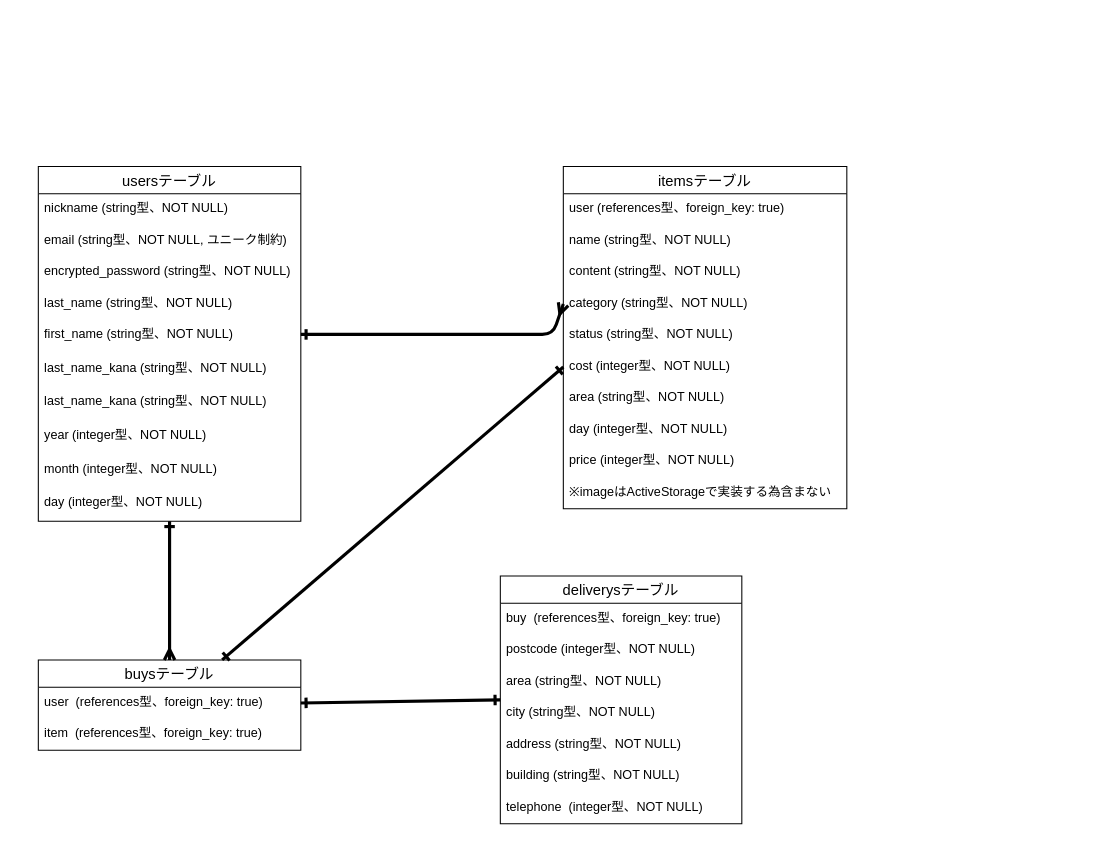
Earlier version of the draw.io diagram furima-39653.dio (momotad/furima-39653). Source tidied: cells renumbered, new cells numbered last; positions are measured from the earlier drawing's top-left corner, leaving out a move shared by most shapes. Both pictures are drawn from the tidied source at 105%, with x=0, y=0 at pixel (38, 166).
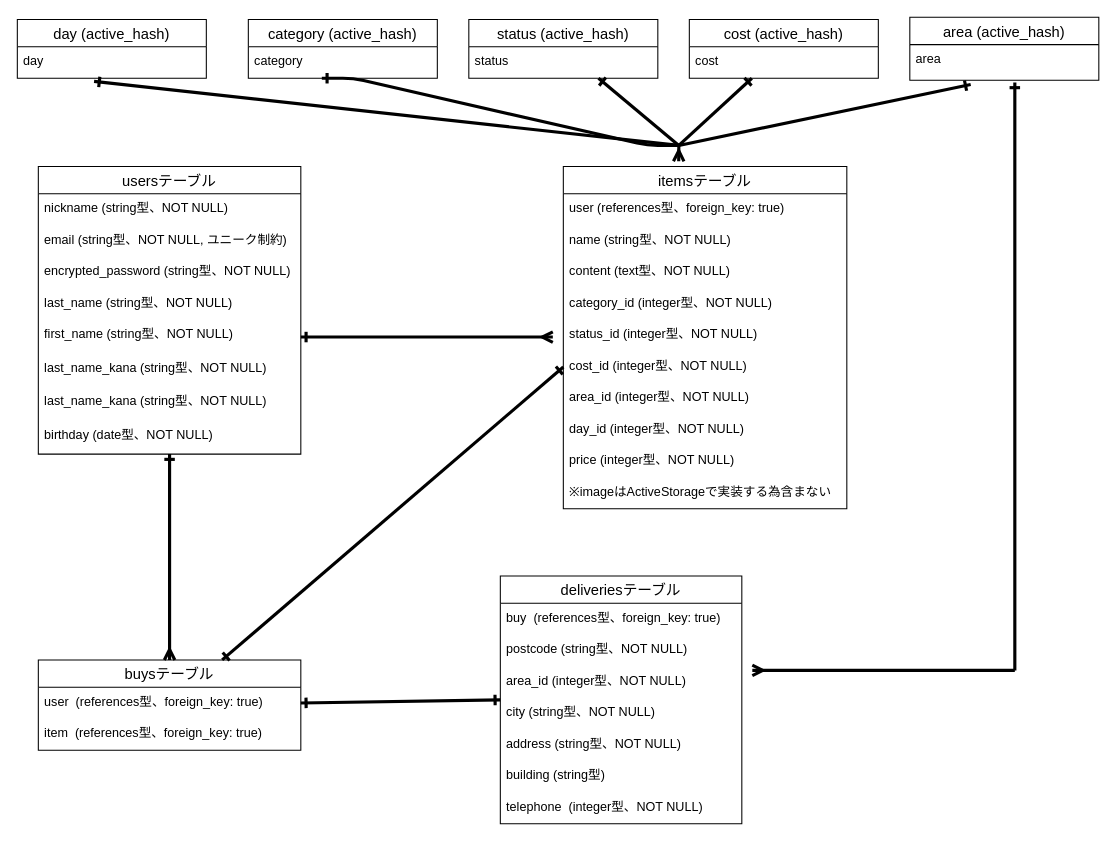
After the change.

Commit message (it also covers changes not shown here):
【1回目】ER図とREADME修正

The change refers to these unchanged cells:
```xml
<mxCell id="2" value="itemsテーブル" style="swimlane;fontStyle=0;horizontal=1;startSize=26;align=center;fontSize=14;" parent="1" vertex="1">
  <mxGeometry x="500" width="270" height="326" as="geometry" />
</mxCell>
```

The edit, as a diff of the source:
```diff
@@
-    <mxCell id="5" value="content (string型、NOT NULL)" style="text;strokeColor=none;fillColor=none;spacingLeft=4;spacingRight=4;overflow=hidden;fontSize=12;" parent="2" vertex="1">
+    <mxCell id="5" value="content (text型、NOT NULL)" style="text;strokeColor=none;fillColor=none;spacingLeft=4;spacingRight=4;overflow=hidden;fontSize=12;" parent="2" vertex="1">
       <mxGeometry y="86" width="270" height="30" as="geometry" />
     </mxCell>
-    <mxCell id="6" value="category (string型、NOT NULL)" style="text;strokeColor=none;fillColor=none;spacingLeft=4;spacingRight=4;overflow=hidden;points=[[0,0.5],[1,0.5]];portConstraint=eastwest;fontSize=12;" parent="2" vertex="1">
+    <mxCell id="6" value="category_id (integer型、NOT NULL)" style="text;strokeColor=none;fillColor=none;spacingLeft=4;spacingRight=4;overflow=hidden;points=[[0,0.5],[1,0.5]];portConstraint=eastwest;fontSize=12;" parent="2" vertex="1">
       <mxGeometry y="116" width="270" height="30" as="geometry" />
     </mxCell>
-    <mxCell id="7" value="status (string型、NOT NULL)" style="text;strokeColor=none;fillColor=none;spacingLeft=4;spacingRight=4;overflow=hidden;fontSize=12;" parent="2" vertex="1">
+    <mxCell id="7" value="status_id (integer型、NOT NULL)" style="text;strokeColor=none;fillColor=none;spacingLeft=4;spacingRight=4;overflow=hidden;fontSize=12;" parent="2" vertex="1">
       <mxGeometry y="146" width="270" height="30" as="geometry" />
     </mxCell>
-    <mxCell id="8" value="cost (integer型、NOT NULL)" style="text;strokeColor=none;fillColor=none;spacingLeft=4;spacingRight=4;overflow=hidden;points=[[0,0.5],[1,0.5]];portConstraint=eastwest;fontSize=12;" parent="2" vertex="1">
+    <mxCell id="8" value="cost_id (integer型、NOT NULL)" style="text;strokeColor=none;fillColor=none;spacingLeft=4;spacingRight=4;overflow=hidden;points=[[0,0.5],[1,0.5]];portConstraint=eastwest;fontSize=12;" parent="2" vertex="1">
       <mxGeometry y="176" width="270" height="30" as="geometry" />
     </mxCell>
-    <mxCell id="9" value="area (string型、NOT NULL)" style="text;strokeColor=none;fillColor=none;spacingLeft=4;spacingRight=4;overflow=hidden;fontSize=12;" parent="2" vertex="1">
+    <mxCell id="9" value="area_id (integer型、NOT NULL)" style="text;strokeColor=none;fillColor=none;spacingLeft=4;spacingRight=4;overflow=hidden;fontSize=12;" parent="2" vertex="1">
       <mxGeometry y="206" width="270" height="30" as="geometry" />
     </mxCell>
-    <mxCell id="10" value="day (integer型、NOT NULL)" style="text;strokeColor=none;fillColor=none;spacingLeft=4;spacingRight=4;overflow=hidden;fontSize=12;" parent="2" vertex="1">
+    <mxCell id="10" value="day_id (integer型、NOT NULL)" style="text;strokeColor=none;fillColor=none;spacingLeft=4;spacingRight=4;overflow=hidden;fontSize=12;" parent="2" vertex="1">
       <mxGeometry y="236" width="270" height="30" as="geometry" />
     </mxCell>
@@
     <mxCell id="17" value="usersテーブル" style="swimlane;fontStyle=0;horizontal=1;startSize=26;align=center;fontSize=14;" parent="1" vertex="1">
-      <mxGeometry width="250" height="338" as="geometry" />
+      <mxGeometry width="250" height="274" as="geometry" />
     </mxCell>
@@
-    <mxCell id="25" value="year (integer型、NOT NULL)" style="text;strokeColor=none;fillColor=none;spacingLeft=4;spacingRight=4;overflow=hidden;fontSize=12;" parent="17" vertex="1">
+    <mxCell id="25" value="birthday (date型、NOT NULL)" style="text;strokeColor=none;fillColor=none;spacingLeft=4;spacingRight=4;overflow=hidden;fontSize=12;" parent="17" vertex="1">
       <mxGeometry y="242" width="250" height="32" as="geometry" />
     </mxCell>
-    <mxCell id="26" value="month (integer型、NOT NULL)" style="text;strokeColor=none;fillColor=none;spacingLeft=4;spacingRight=4;overflow=hidden;fontSize=12;" parent="17" vertex="1">
-      <mxGeometry y="274" width="250" height="32" as="geometry" />
-    </mxCell>
-    <mxCell id="27" value="day (integer型、NOT NULL)" style="text;strokeColor=none;fillColor=none;spacingLeft=4;spacingRight=4;overflow=hidden;fontSize=12;" parent="17" vertex="1">
-      <mxGeometry y="306" width="250" height="32" as="geometry" />
-    </mxCell>
-    <mxCell id="28" value="deliverysテーブル" style="swimlane;fontStyle=0;horizontal=1;startSize=26;align=center;fontSize=14;" parent="1" vertex="1">
+    <mxCell id="28" value="deliveriesテーブル" style="swimlane;fontStyle=0;horizontal=1;startSize=26;align=center;fontSize=14;" parent="1" vertex="1">
       <mxGeometry x="440" y="390" width="230" height="236" as="geometry" />
     </mxCell>
@@
-    <mxCell id="30" value="postcode (integer型、NOT NULL)" style="text;strokeColor=none;fillColor=none;spacingLeft=4;spacingRight=4;overflow=hidden;fontSize=12;" parent="28" vertex="1">
+    <mxCell id="30" value="postcode (string型、NOT NULL)" style="text;strokeColor=none;fillColor=none;spacingLeft=4;spacingRight=4;overflow=hidden;fontSize=12;" parent="28" vertex="1">
       <mxGeometry y="56" width="230" height="30" as="geometry" />
     </mxCell>
-    <mxCell id="31" value="area (string型、NOT NULL)" style="text;strokeColor=none;fillColor=none;spacingLeft=4;spacingRight=4;overflow=hidden;fontSize=12;" parent="28" vertex="1">
+    <mxCell id="31" value="area_id (integer型、NOT NULL)" style="text;strokeColor=none;fillColor=none;spacingLeft=4;spacingRight=4;overflow=hidden;fontSize=12;" parent="28" vertex="1">
       <mxGeometry y="86" width="230" height="30" as="geometry" />
     </mxCell>
@@
-    <mxCell id="34" value="building (string型、NOT NULL)" style="text;strokeColor=none;fillColor=none;spacingLeft=4;spacingRight=4;overflow=hidden;fontSize=12;" parent="28" vertex="1">
+    <mxCell id="34" value="building (string型)" style="text;strokeColor=none;fillColor=none;spacingLeft=4;spacingRight=4;overflow=hidden;fontSize=12;" parent="28" vertex="1">
       <mxGeometry y="176" width="230" height="30" as="geometry" />
     </mxCell>
@@
-    <mxCell id="36" style="edgeStyle=none;html=1;entryX=0;entryY=0.5;entryDx=0;entryDy=0;strokeWidth=3;endArrow=ERmany;endFill=0;startArrow=ERone;startFill=0;" parent="1" edge="1" target="6">
+    <mxCell id="36" style="edgeStyle=none;html=1;strokeWidth=3;endArrow=ERmany;endFill=0;startArrow=ERone;startFill=0;" parent="1" edge="1">
       <mxGeometry relative="1" as="geometry">
-        <mxPoint x="250" y="160" as="sourcePoint" />
+        <mxPoint x="250" y="162.5" as="sourcePoint" />
+        <mxPoint x="490" y="162.5" as="targetPoint" />
         <Array as="points">
-          <mxPoint x="260" y="160" />
-          <mxPoint x="490" y="160" />
+          <mxPoint x="260" y="162.5" />
+          <mxPoint x="490" y="162.5" />
         </Array>
       </mxGeometry>
     </mxCell>
@@
+    <mxCell id="39" style="edgeStyle=none;html=1;strokeWidth=3;startArrow=ERone;startFill=0;endArrow=none;endFill=0;" parent="1" edge="1" source="40">
+      <mxGeometry relative="1" as="geometry">
+        <mxPoint x="610" y="-20" as="targetPoint" />
+      </mxGeometry>
+    </mxCell>
+    <mxCell id="40" value="status (active_hash)" style="swimlane;fontStyle=0;horizontal=1;startSize=26;align=center;fontSize=14;" parent="1" vertex="1">
+      <mxGeometry x="410" y="-140" width="180" height="56" as="geometry" />
+    </mxCell>
+    <mxCell id="41" value="status" style="text;strokeColor=none;fillColor=none;spacingLeft=4;spacingRight=4;overflow=hidden;fontSize=12;" parent="40" vertex="1">
+      <mxGeometry y="26" width="180" height="30" as="geometry" />
+    </mxCell>
+    <mxCell id="42" value="category (active_hash)" style="swimlane;fontStyle=0;horizontal=1;startSize=26;align=center;fontSize=14;" parent="1" vertex="1">
+      <mxGeometry x="200" y="-140" width="180" height="56" as="geometry" />
+    </mxCell>
+    <mxCell id="43" value="category" style="text;strokeColor=none;fillColor=none;spacingLeft=4;spacingRight=4;overflow=hidden;fontSize=12;" parent="42" vertex="1">
+      <mxGeometry y="26" width="180" height="30" as="geometry" />
+    </mxCell>
+    <mxCell id="44" style="edgeStyle=none;html=1;strokeWidth=3;startArrow=ERone;startFill=0;endArrow=none;endFill=0;" parent="1" edge="1" source="45">
+      <mxGeometry relative="1" as="geometry">
+        <mxPoint x="610" y="-20" as="targetPoint" />
+      </mxGeometry>
+    </mxCell>
+    <mxCell id="45" value="cost (active_hash)" style="swimlane;fontStyle=0;horizontal=1;startSize=26;align=center;fontSize=14;" parent="1" vertex="1">
+      <mxGeometry x="620" y="-140" width="180" height="56" as="geometry" />
+    </mxCell>
+    <mxCell id="46" value="cost" style="text;strokeColor=none;fillColor=none;spacingLeft=4;spacingRight=4;overflow=hidden;fontSize=12;" parent="45" vertex="1">
+      <mxGeometry y="26" width="180" height="30" as="geometry" />
+    </mxCell>
+    <mxCell id="47" style="edgeStyle=none;html=1;strokeWidth=3;startArrow=ERone;startFill=0;endArrow=none;endFill=0;exitX=0.322;exitY=1.118;exitDx=0;exitDy=0;exitPerimeter=0;" parent="1" edge="1" source="49">
+      <mxGeometry relative="1" as="geometry">
+        <mxPoint x="610" y="-20" as="targetPoint" />
+      </mxGeometry>
+    </mxCell>
+    <mxCell id="48" value="area (active_hash)" style="swimlane;fontStyle=0;horizontal=1;startSize=26;align=center;fontSize=14;" parent="1" vertex="1">
+      <mxGeometry x="830" y="-142" width="180" height="60" as="geometry" />
+    </mxCell>
+    <mxCell id="49" value="area" style="text;strokeColor=none;fillColor=none;spacingLeft=4;spacingRight=4;overflow=hidden;points=[[0,0.5],[1,0.5]];portConstraint=eastwest;fontSize=12;" parent="48" vertex="1">
+      <mxGeometry y="26" width="180" height="34" as="geometry" />
+    </mxCell>
+    <mxCell id="50" style="edgeStyle=none;html=1;strokeWidth=3;startArrow=ERone;startFill=0;endArrow=none;endFill=0;exitX=0.406;exitY=1.1;exitDx=0;exitDy=0;exitPerimeter=0;" parent="1" edge="1" source="52">
+      <mxGeometry relative="1" as="geometry">
+        <mxPoint x="610" y="-20" as="targetPoint" />
+      </mxGeometry>
+    </mxCell>
+    <mxCell id="51" value="day (active_hash)" style="swimlane;fontStyle=0;horizontal=1;startSize=26;align=center;fontSize=14;" parent="1" vertex="1">
+      <mxGeometry x="-20" y="-140" width="180" height="56" as="geometry" />
+    </mxCell>
+    <mxCell id="52" value="day" style="text;strokeColor=none;fillColor=none;spacingLeft=4;spacingRight=4;overflow=hidden;points=[[0,0.5],[1,0.5]];portConstraint=eastwest;fontSize=12;" parent="51" vertex="1">
+      <mxGeometry y="26" width="180" height="30" as="geometry" />
+    </mxCell>
+    <mxCell id="53" style="edgeStyle=entityRelationEdgeStyle;fontSize=12;html=1;endArrow=none;strokeWidth=3;endFill=0;startArrow=ERone;startFill=0;" parent="1" edge="1">
+      <mxGeometry relative="1" as="geometry">
+        <mxPoint x="270" y="-84" as="sourcePoint" />
+        <mxPoint x="610" y="-20" as="targetPoint" />
+      </mxGeometry>
+    </mxCell>
+    <mxCell id="54" style="endArrow=ERmany;html=1;rounded=0;strokeWidth=3;entryX=0.407;entryY=-0.015;entryDx=0;entryDy=0;entryPerimeter=0;endFill=0;" parent="1" edge="1" target="2">
+      <mxGeometry relative="1" as="geometry">
+        <mxPoint x="610" y="-20" as="sourcePoint" />
+      </mxGeometry>
+    </mxCell>
+    <mxCell id="55" style="endArrow=none;html=1;rounded=0;strokeWidth=3;startArrow=ERone;startFill=0;" parent="1" edge="1">
+      <mxGeometry relative="1" as="geometry">
+        <mxPoint x="930" y="-80" as="sourcePoint" />
+        <mxPoint x="930" y="480" as="targetPoint" />
+      </mxGeometry>
+    </mxCell>
+    <mxCell id="56" style="endArrow=none;html=1;rounded=0;strokeWidth=3;startArrow=ERmany;startFill=0;" parent="1" edge="1">
+      <mxGeometry relative="1" as="geometry">
+        <mxPoint x="680" y="480" as="sourcePoint" />
+        <mxPoint x="930" y="480" as="targetPoint" />
+      </mxGeometry>
+    </mxCell>
```
